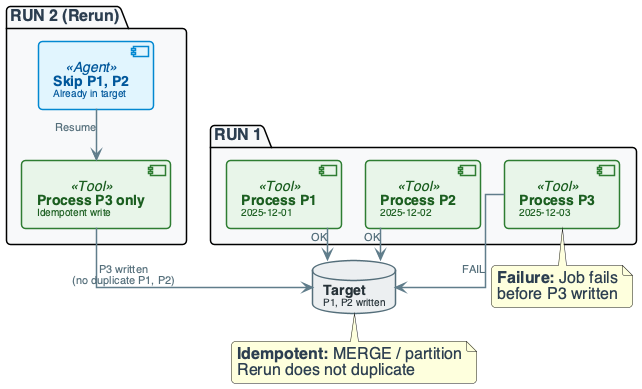
The PlantUML diagram diagrams/week04/week4_lecture_slide38_failure_rerun.png in OrPerets/data-engineering-course, before a commit.
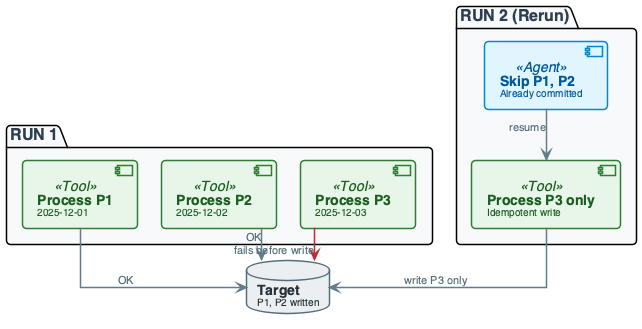
Above is the later version.

Change to the diagram source:
```diff
@@ -127,25 +127,15 @@
 database "**Target**\n<size:10>P1, P2 written</size>" as TARGET
 
 package "RUN 2 (Rerun)" #F8F9FA {
-    component "**Skip P1, P2**\n<size:10>Already in target</size>" as SKIP <<Agent>>
+    component "**Skip P1, P2**\n<size:10>Already committed</size>" as SKIP <<Agent>>
     component "**Process P3 only**\n<size:10>Idempotent write</size>" as P3B <<Tool>>
 }
 
 P1 --> TARGET : "OK"
 P2 --> TARGET : "OK"
-P3 --> TARGET : "FAIL"
+P3 -[#C62828]-> TARGET : "fails before write"
 
-note bottom of P3
-  **Failure:** Job fails
-  before P3 written
-end note
-
-SKIP --> P3B : "Resume"
-P3B --> TARGET : "P3 written\n(no duplicate P1, P2)"
-
-note bottom of TARGET
-  **Idempotent:** MERGE / partition
-  Rerun does not duplicate
-end note
+SKIP --> P3B : "resume"
+P3B --> TARGET : "write P3 only"
 
 @enduml
```
